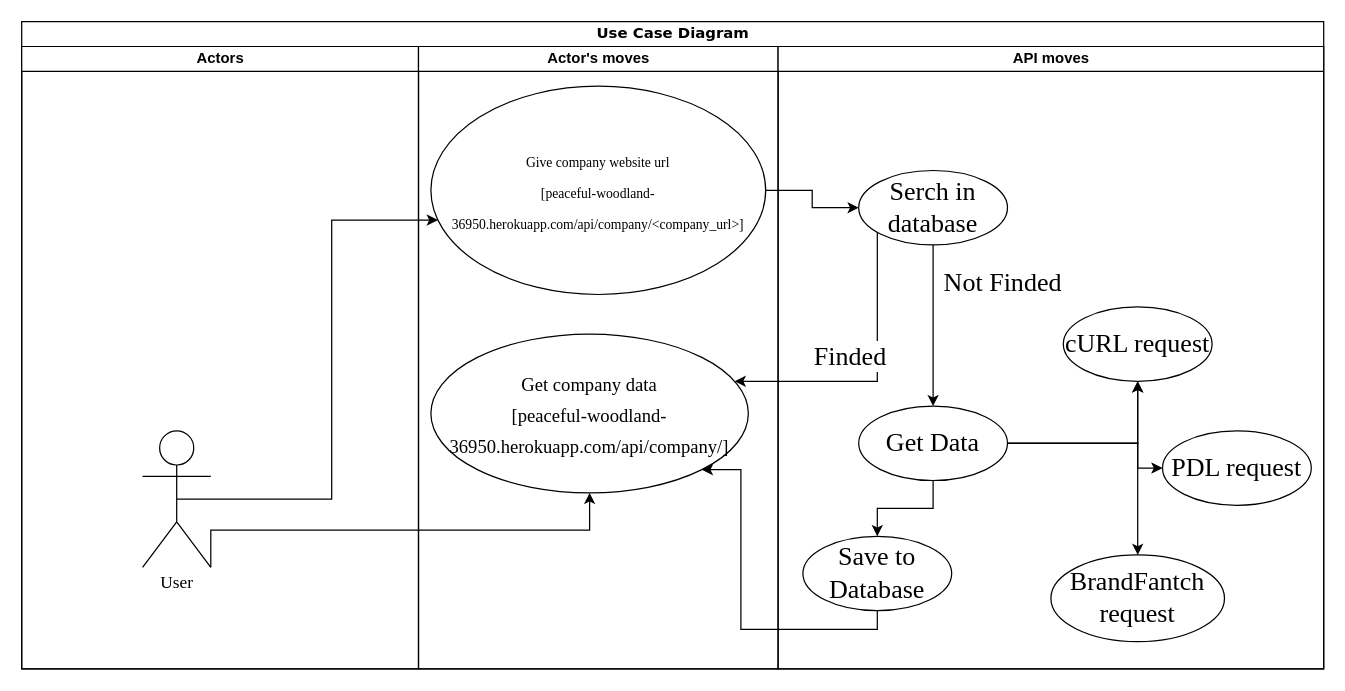
Earlier version of the draw.io diagram UseCaseDiagram.drawio (akhynkokateryna/Middle-OOP). Source tidied: cells renumbered, new cells numbered last; positions are measured from the earlier drawing's top-left corner, leaving out a move shared by most shapes. Both pictures are drawn from the tidied source at 124%, with x=0, y=0 at pixel (21, 21).
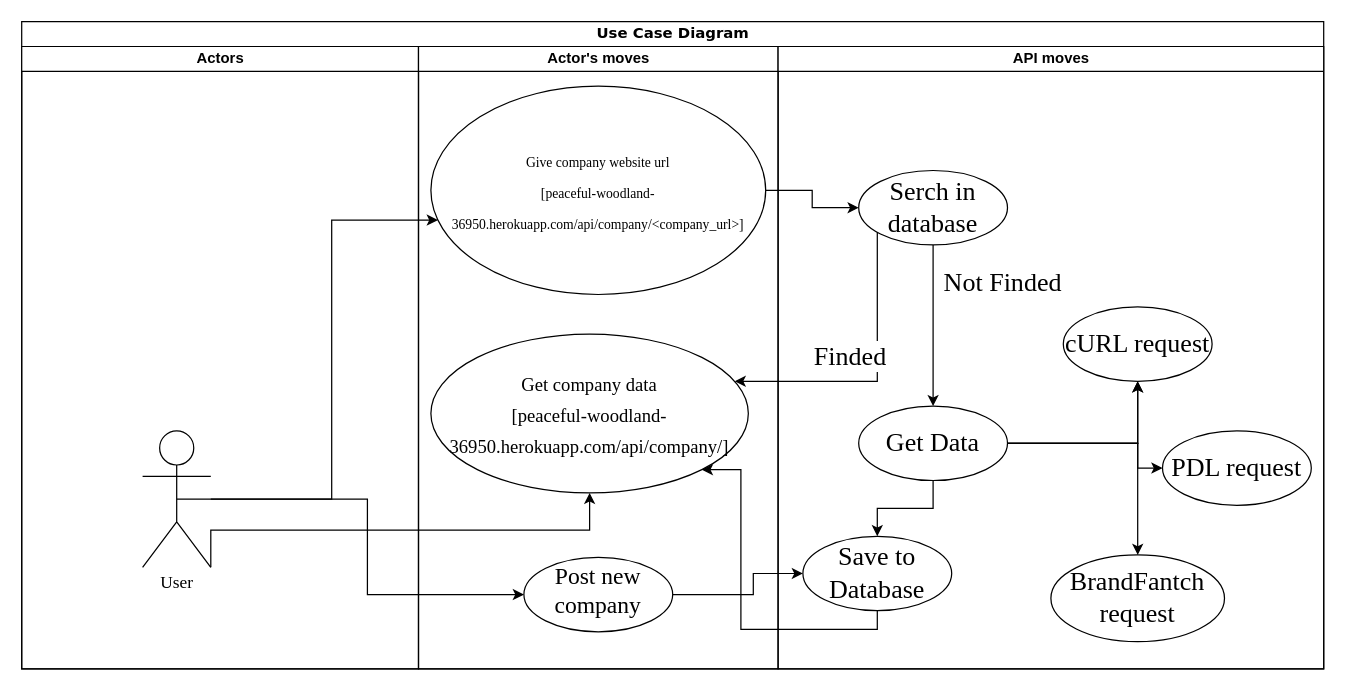
The same diagram, later.

Unchanged cells that the change refers to:
```xml
<mxCell id="2" value="Use Case Diagram" style="swimlane;html=1;startSize=20;rounded=0;shadow=0;comic=0;labelBackgroundColor=none;strokeWidth=1;fontFamily=Verdana;fontSize=12;align=center;" parent="1" vertex="1">
  <mxGeometry width="1050" height="522" as="geometry" />
</mxCell>
<mxCell id="4" value="User" style="shape=umlActor;verticalLabelPosition=bottom;verticalAlign=top;outlineConnect=0;fontSize=14;fontFamily=Times New Roman;spacing=0;html=1;align=center;" parent="3" vertex="1">
  <mxGeometry x="97.5" y="310" width="55" height="110" as="geometry" />
</mxCell>
<mxCell id="5" value="Actor's moves" style="swimlane;html=1;startSize=20;" parent="2" vertex="1">
  <mxGeometry x="320" y="20" width="290" height="502" as="geometry" />
</mxCell>
<mxCell id="17" value="Save to Database" style="ellipse;whiteSpace=wrap;html=1;fontSize=21;fontFamily=Times New Roman;spacing=0;" parent="8" vertex="1">
  <mxGeometry x="20" y="395" width="120" height="60" as="geometry" />
</mxCell>
```

Diff of the diagram source:
```diff
@@
+    <mxCell id="27" value="&lt;div style=&quot;&quot;&gt;&lt;span style=&quot;background-color: initial;&quot;&gt;&lt;font style=&quot;font-size: 19px;&quot;&gt;Post new company&lt;/font&gt;&lt;/span&gt;&lt;/div&gt;" style="ellipse;whiteSpace=wrap;html=1;fontSize=14;fontFamily=Times New Roman;verticalAlign=top;spacing=0;align=center;" parent="5" vertex="1">
+      <mxGeometry x="85" y="412" width="120" height="60" as="geometry" />
+    </mxCell>
@@
+    <mxCell id="28" style="edgeStyle=orthogonalEdgeStyle;rounded=0;jettySize=auto;html=1;" parent="2" edge="1" source="4" target="27">
+      <mxGeometry relative="1" as="geometry" />
+    </mxCell>
+    <mxCell id="29" style="edgeStyle=orthogonalEdgeStyle;rounded=0;jettySize=auto;html=1;fontSize=19;" parent="2" edge="1" source="27" target="17">
+      <mxGeometry relative="1" as="geometry">
+        <Array as="points">
+          <mxPoint x="590" y="462" />
+          <mxPoint x="590" y="445" />
+        </Array>
+      </mxGeometry>
+    </mxCell>
```
